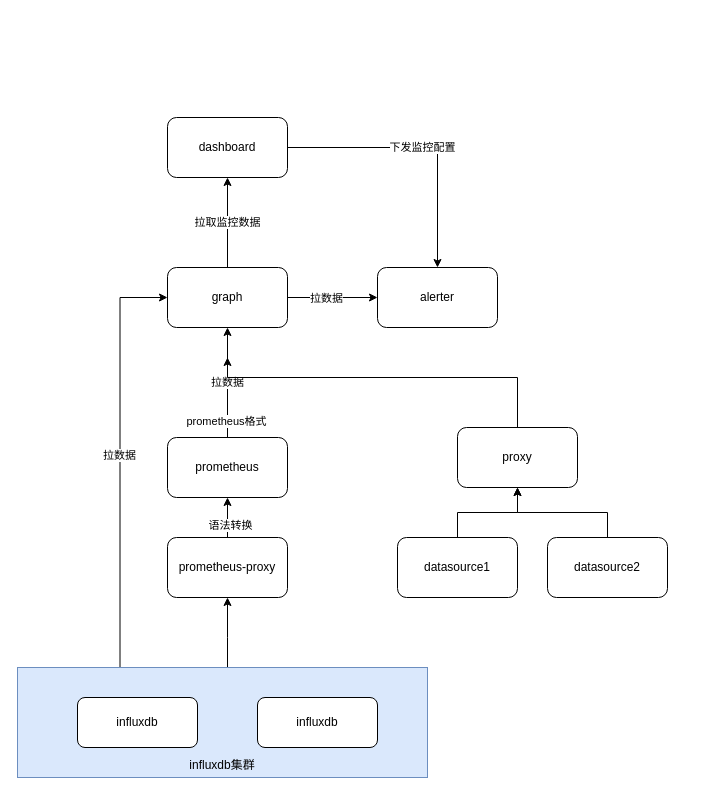
Before: polaris.drawio in wupei-w/diagrams, a draw.io diagram. Source tidied: cells renumbered, new cells numbered last; positions are measured from the earlier drawing's top-left corner, leaving out a move shared by most shapes. Both pictures are drawn from the tidied source at 100%, with x=0, y=0 at pixel (17, 117).
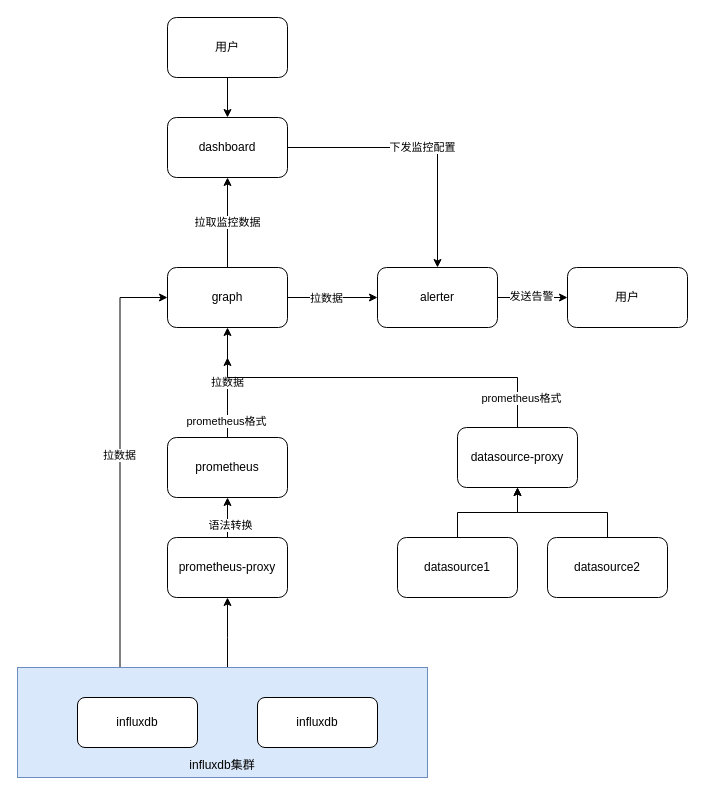
The same diagram, later.

The change refers to these unchanged cells:
```xml
<mxCell id="7" value="dashboard" style="rounded=1;whiteSpace=wrap;html=1;" parent="1" vertex="1">
  <mxGeometry x="150" width="120" height="60" as="geometry" />
</mxCell>
<mxCell id="12" value="alerter" style="rounded=1;whiteSpace=wrap;html=1;" parent="1" vertex="1">
  <mxGeometry x="360" y="150" width="120" height="60" as="geometry" />
</mxCell>
<mxCell id="19" style="edgeStyle=orthogonalEdgeStyle;rounded=0;jettySize=auto;html=1;" parent="1" edge="1" source="20">
  <mxGeometry relative="1" as="geometry">
    <mxPoint x="210" y="240" as="targetPoint" />
    <Array as="points">
      <mxPoint x="500" y="260" />
      <mxPoint x="210" y="260" />
    </Array>
  </mxGeometry>
</mxCell>
```

What changed in the source:
```diff
@@
+    <mxCell id="28" style="edgeStyle=orthogonalEdgeStyle;rounded=0;jettySize=auto;html=1;" parent="1" edge="1" source="12" target="31">
+      <mxGeometry relative="1" as="geometry" />
+    </mxCell>
+    <mxCell id="29" value="发送告警" style="edgeLabel;html=1;align=center;verticalAlign=middle;" parent="28" vertex="1">
+      <mxGeometry x="-0.07" y="2" relative="1" as="geometry" />
+    </mxCell>
@@
+    <mxCell id="30" value="prometheus格式" style="edgeLabel;html=1;align=center;verticalAlign=middle;" parent="19" vertex="1">
+      <mxGeometry x="-0.84" y="-3" relative="1" as="geometry">
+        <mxPoint y="-1" as="offset" />
+      </mxGeometry>
+    </mxCell>
-    <mxCell id="20" value="proxy" style="rounded=1;whiteSpace=wrap;html=1;" parent="1" vertex="1">
+    <mxCell id="20" value="datasource-proxy" style="rounded=1;whiteSpace=wrap;html=1;" parent="1" vertex="1">
       <mxGeometry x="440" y="310" width="120" height="60" as="geometry" />
     </mxCell>
@@
+    <mxCell id="31" value="用户" style="rounded=1;whiteSpace=wrap;html=1;" parent="1" vertex="1">
+      <mxGeometry x="550" y="150" width="120" height="60" as="geometry" />
+    </mxCell>
+    <mxCell id="32" style="edgeStyle=orthogonalEdgeStyle;rounded=0;jettySize=auto;html=1;" parent="1" edge="1" source="33" target="7">
+      <mxGeometry relative="1" as="geometry" />
+    </mxCell>
+    <mxCell id="33" value="用户" style="rounded=1;whiteSpace=wrap;html=1;" parent="1" vertex="1">
+      <mxGeometry x="150" y="-100" width="120" height="60" as="geometry" />
+    </mxCell>
```
